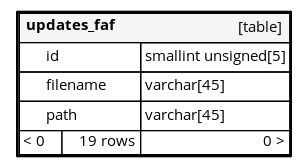
This is diagrams/orphans/updates_faf.1degree.png from FAForever/db, a Graphviz export, as it was before one commit. Its source is kept beside it as diagrams/orphans/updates_faf.1degree.dot.
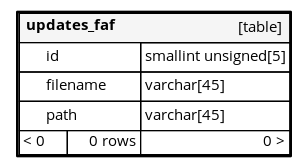
After the change.

Change to the diagram source:
```diff
@@ -23,7 +23,7 @@
       <TR><TD PORT="id" COLSPAN="2" BGCOLOR="#ffffff" ALIGN="LEFT"><TABLE BORDER="0" CELLSPACING="0" ALIGN="LEFT"><TR ALIGN="LEFT"><TD ALIGN="LEFT" FIXEDSIZE="TRUE" WIDTH="15" HEIGHT="16"></TD><TD ALIGN="LEFT" FIXEDSIZE="TRUE" WIDTH="70" HEIGHT="16">id</TD></TR></TABLE></TD><TD PORT="id.type" ALIGN="LEFT">smallint unsigned[5]</TD></TR>
       <TR><TD PORT="filename" COLSPAN="2" ALIGN="LEFT"><TABLE BORDER="0" CELLSPACING="0" ALIGN="LEFT"><TR ALIGN="LEFT"><TD ALIGN="LEFT" FIXEDSIZE="TRUE" WIDTH="15" HEIGHT="16"></TD><TD ALIGN="LEFT" FIXEDSIZE="TRUE" WIDTH="70" HEIGHT="16">filename</TD></TR></TABLE></TD><TD PORT="filename.type" ALIGN="LEFT">varchar[45]</TD></TR>
       <TR><TD PORT="path" COLSPAN="2" ALIGN="LEFT"><TABLE BORDER="0" CELLSPACING="0" ALIGN="LEFT"><TR ALIGN="LEFT"><TD ALIGN="LEFT" FIXEDSIZE="TRUE" WIDTH="15" HEIGHT="16"></TD><TD ALIGN="LEFT" FIXEDSIZE="TRUE" WIDTH="70" HEIGHT="16">path</TD></TR></TABLE></TD><TD PORT="path.type" ALIGN="LEFT">varchar[45]</TD></TR>
-      <TR><TD ALIGN="LEFT" BGCOLOR="#ffffff">&lt; 0</TD><TD ALIGN="RIGHT" BGCOLOR="#ffffff">19 rows</TD><TD ALIGN="RIGHT" BGCOLOR="#ffffff">0 &gt;</TD></TR>
+      <TR><TD ALIGN="LEFT" BGCOLOR="#ffffff">&lt; 0</TD><TD ALIGN="RIGHT" BGCOLOR="#ffffff">0 rows</TD><TD ALIGN="RIGHT" BGCOLOR="#ffffff">0 &gt;</TD></TR>
     </TABLE>>
     URL="tables/updates_faf.html"
     target="_top"
```
